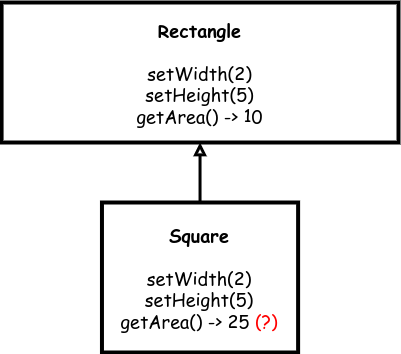
Before: images/lsp.drawio.png, a diagram exported from draw.io (garfix/architectural-patterns). Source tidied: cells renumbered, new cells last; positions are measured from the earlier drawing's top-left corner, leaving out a move shared by most shapes. Its diagram source:
```xml
<mxGraphModel>
  <root>
    <mxCell id="0" />
    <mxCell id="1" parent="0" />
    <mxCell id="2" value="&lt;b style=&quot;font-size: 18px;&quot;&gt;Square&lt;br&gt;&lt;br&gt;&lt;/b&gt;&lt;span style=&quot;border-color: var(--border-color);&quot;&gt;setWidth(2)&lt;br style=&quot;border-color: var(--border-color);&quot;&gt;setHeight(5)&lt;br style=&quot;border-color: var(--border-color);&quot;&gt;getArea() -&amp;gt; 25&amp;nbsp;&lt;font style=&quot;&quot; color=&quot;#ff0000&quot;&gt;(?)&lt;/font&gt;&lt;/span&gt;&lt;b style=&quot;font-size: 18px;&quot;&gt;&lt;br&gt;&lt;/b&gt;" style="rounded=0;whiteSpace=wrap;html=1;strokeWidth=4;fontFamily=Comic Sans MS;fontSize=18;" parent="1" vertex="1">
      <mxGeometry x="100.5" y="200" width="196.2" height="150" as="geometry" />
    </mxCell>
    <mxCell id="3" style="endArrow=block;startArrow=none;html=1;rounded=0;strokeWidth=3;endFill=0;startFill=0;" parent="1" edge="1" source="2" target="4">
      <mxGeometry relative="1" as="geometry" />
    </mxCell>
    <mxCell id="4" value="&lt;span style=&quot;font-size: 18px;&quot;&gt;&lt;b&gt;Rectangle&lt;br&gt;&lt;/b&gt;&lt;br&gt;setWidth(2)&lt;br&gt;setHeight(5)&lt;br&gt;getArea() -&amp;gt; 10&lt;br&gt;&lt;/span&gt;" style="rounded=0;whiteSpace=wrap;html=1;strokeWidth=4;fontFamily=Comic Sans MS;fontSize=18;" parent="1" vertex="1">
      <mxGeometry x="0.1" width="396.9" height="140" as="geometry" />
    </mxCell>
  </root>
</mxGraphModel>
```
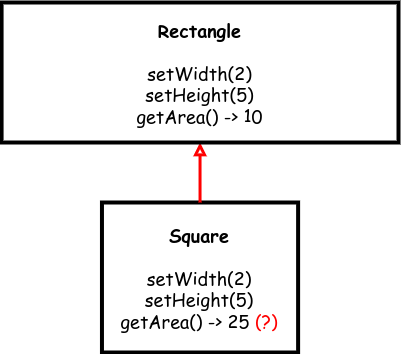
The same file after the commit.

Diff of the diagram source:
```diff
@@ -5,7 +5,7 @@
     <mxCell id="2" value="&lt;b style=&quot;font-size: 18px;&quot;&gt;Square&lt;br&gt;&lt;br&gt;&lt;/b&gt;&lt;span style=&quot;border-color: var(--border-color);&quot;&gt;setWidth(2)&lt;br style=&quot;border-color: var(--border-color);&quot;&gt;setHeight(5)&lt;br style=&quot;border-color: var(--border-color);&quot;&gt;getArea() -&amp;gt; 25&amp;nbsp;&lt;font style=&quot;&quot; color=&quot;#ff0000&quot;&gt;(?)&lt;/font&gt;&lt;/span&gt;&lt;b style=&quot;font-size: 18px;&quot;&gt;&lt;br&gt;&lt;/b&gt;" style="rounded=0;whiteSpace=wrap;html=1;strokeWidth=4;fontFamily=Comic Sans MS;fontSize=18;" parent="1" vertex="1">
       <mxGeometry x="100.5" y="200" width="196.2" height="150" as="geometry" />
     </mxCell>
-    <mxCell id="3" style="endArrow=block;startArrow=none;html=1;rounded=0;strokeWidth=3;endFill=0;startFill=0;" parent="1" edge="1" source="2" target="4">
+    <mxCell id="3" style="endArrow=block;startArrow=none;html=1;rounded=0;strokeWidth=3;endFill=0;startFill=0;strokeColor=#FF0000;" parent="1" edge="1" source="2" target="4">
       <mxGeometry relative="1" as="geometry" />
     </mxCell>
     <mxCell id="4" value="&lt;span style=&quot;font-size: 18px;&quot;&gt;&lt;b&gt;Rectangle&lt;br&gt;&lt;/b&gt;&lt;br&gt;setWidth(2)&lt;br&gt;setHeight(5)&lt;br&gt;getArea() -&amp;gt; 10&lt;br&gt;&lt;/span&gt;" style="rounded=0;whiteSpace=wrap;html=1;strokeWidth=4;fontFamily=Comic Sans MS;fontSize=18;" parent="1" vertex="1">
```
